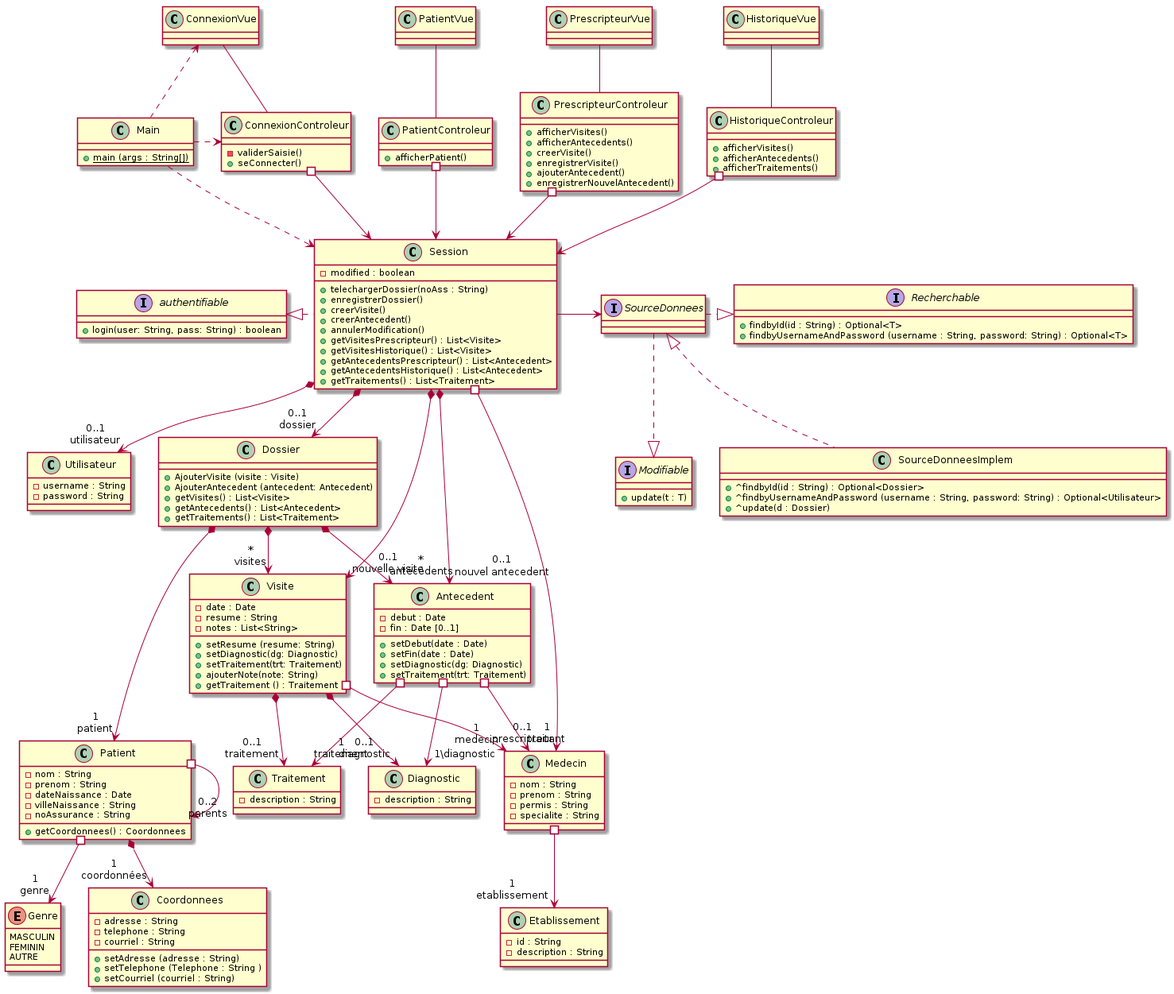
fethiuqam/INF5153-Projet-Session keeps this PlantUML diagram as models/Diagramme_Classes/medecin/class_diagram_medecin_mvc.png. Above is the earlier version.
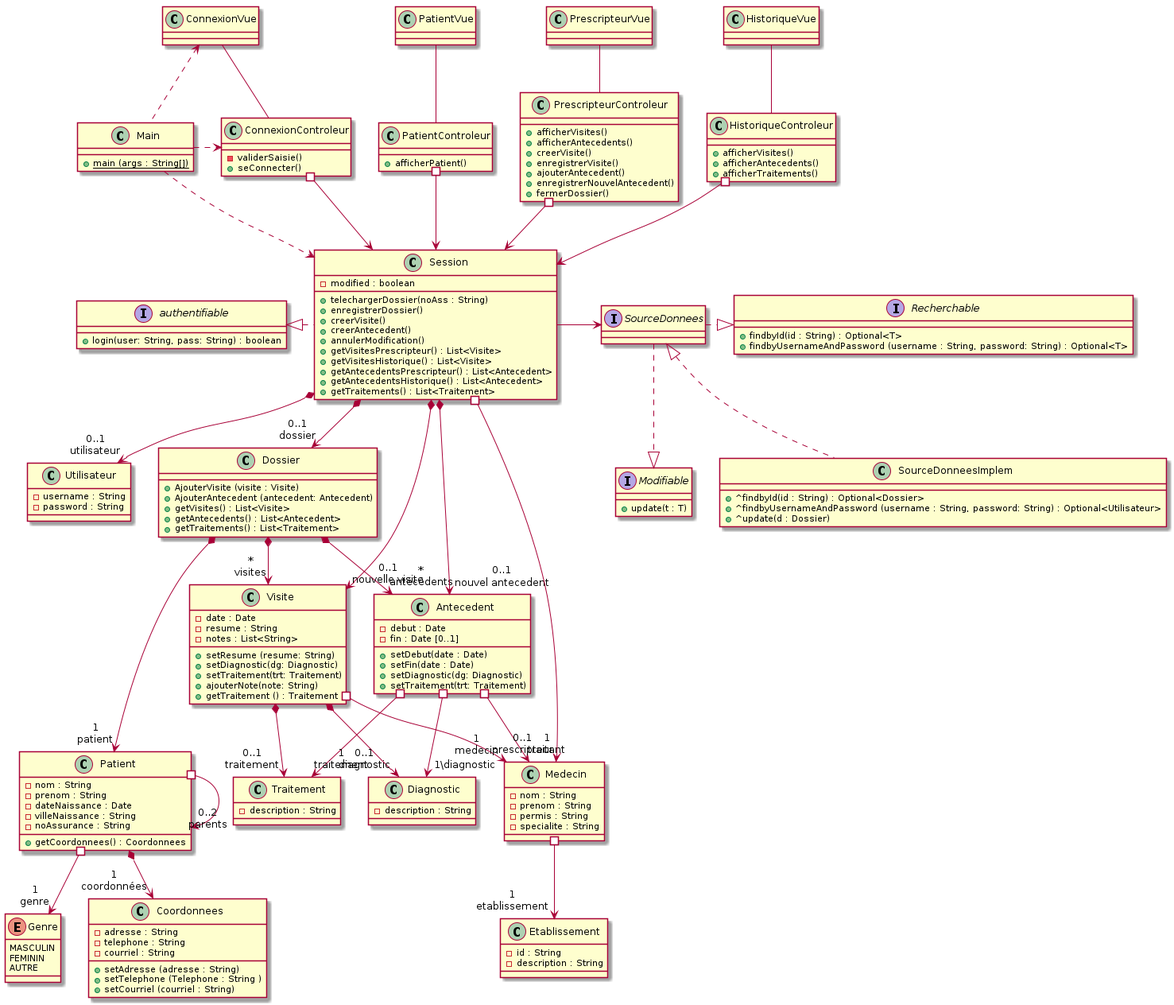
The same diagram one commit later.

Commit message:
modification du diag de sequence enregistrer dossier

What changed in the source:
```diff
@@ -145,6 +145,7 @@
     + enregistrerVisite()
     + ajouterAntecedent()
     + enregistrerNouvelAntecedent()
+    + fermerDossier()
 }
 
 class HistoriqueControleur {
```
